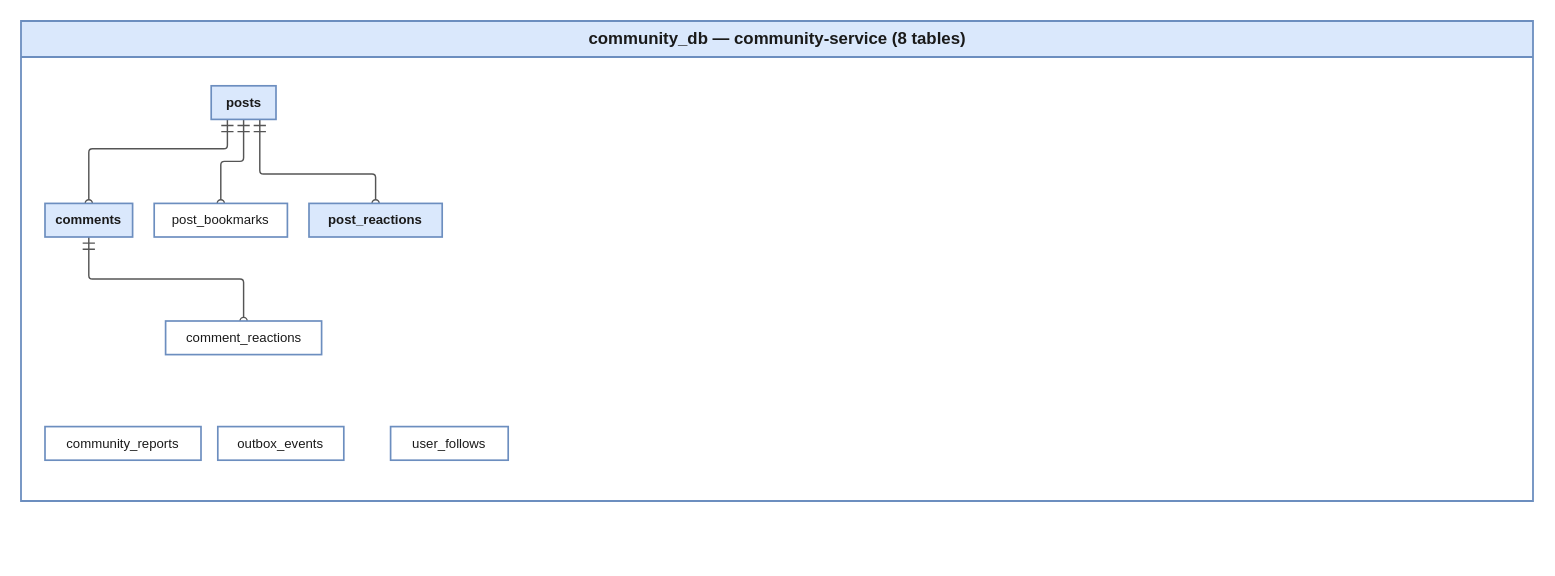
IeltsPath-Platform/report keeps this draw.io diagram as report-4-software-design-specification/diagrams/erd/er-all-community.drawio. Above is the earlier version. Source tidied: cells renumbered, new cells numbered last; positions are measured from the earlier drawing's top-left corner, leaving out a move shared by most shapes. Both pictures are drawn from the tidied source at 120%, with x=0, y=0 at pixel (20, 20).
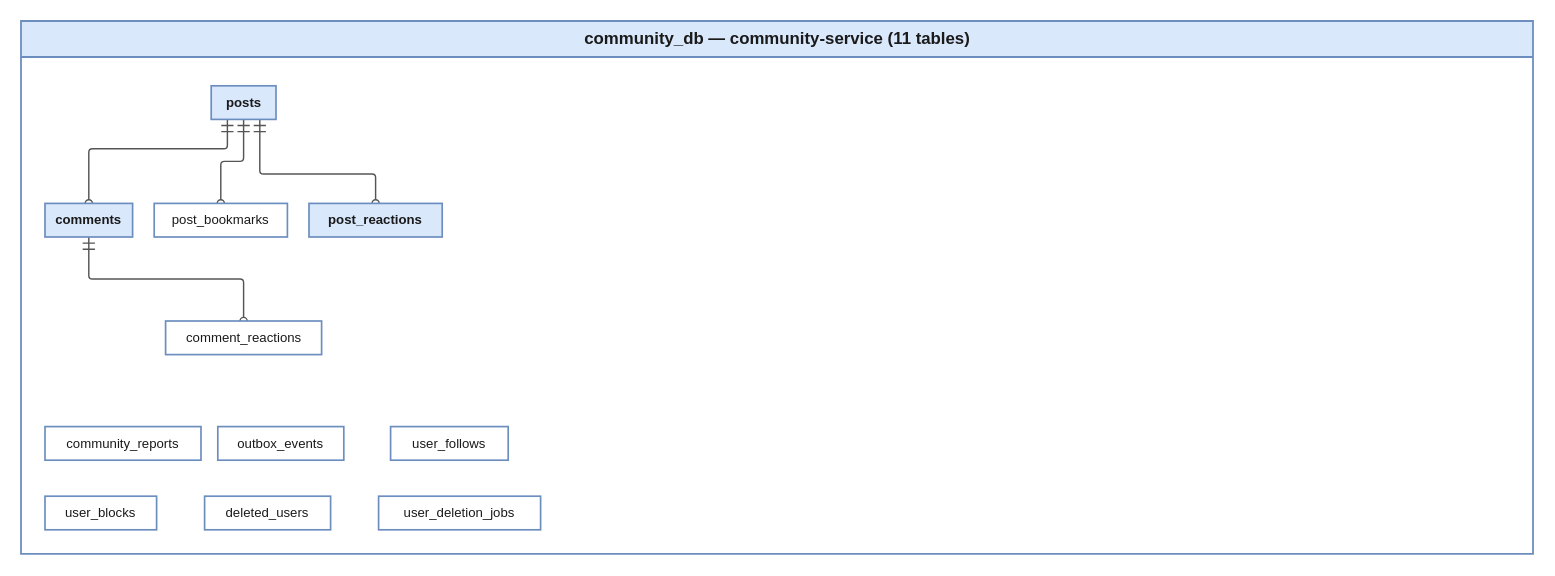
Above is the later version.

The edit, as a diff of the source:
```diff
@@
-    <mxCell id="2" value="community_db — community-service (8 tables)" style="swimlane;startSize=30;fontSize=14;fontStyle=1;fontFamily=Helvetica;fontColor=#1a1a1a;fillColor=#dae8fc;strokeColor=#6c8ebf;swimlaneFillColor=#ffffff;strokeWidth=1.5;html=1;" parent="1" vertex="1">
-      <mxGeometry width="1260" height="400" as="geometry" />
+    <mxCell id="2" value="community_db — community-service (11 tables)" style="swimlane;startSize=30;fontSize=14;fontStyle=1;fontFamily=Helvetica;fontColor=#1a1a1a;fillColor=#dae8fc;strokeColor=#6c8ebf;swimlaneFillColor=#ffffff;strokeWidth=1.5;html=1;" parent="1" vertex="1">
+      <mxGeometry width="1260" height="444" as="geometry" />
     </mxCell>
@@
+    <mxCell id="15" value="user_blocks" style="rounded=0;html=1;whiteSpace=wrap;fontSize=11;fontFamily=Helvetica;fontColor=#1a1a1a;fillColor=#ffffff;strokeColor=#6c8ebf;strokeWidth=1.4;fontStyle=0;" parent="1" vertex="1">
+      <mxGeometry x="20" y="396" width="93" height="28" as="geometry" />
+    </mxCell>
+    <mxCell id="16" value="deleted_users" style="rounded=0;html=1;whiteSpace=wrap;fontSize=11;fontFamily=Helvetica;fontColor=#1a1a1a;fillColor=#ffffff;strokeColor=#6c8ebf;strokeWidth=1.4;fontStyle=0;" parent="1" vertex="1">
+      <mxGeometry x="153" y="396" width="105" height="28" as="geometry" />
+    </mxCell>
+    <mxCell id="17" value="user_deletion_jobs" style="rounded=0;html=1;whiteSpace=wrap;fontSize=11;fontFamily=Helvetica;fontColor=#1a1a1a;fillColor=#ffffff;strokeColor=#6c8ebf;strokeWidth=1.4;fontStyle=0;" parent="1" vertex="1">
+      <mxGeometry x="298" y="396" width="135" height="28" as="geometry" />
+    </mxCell>
```
